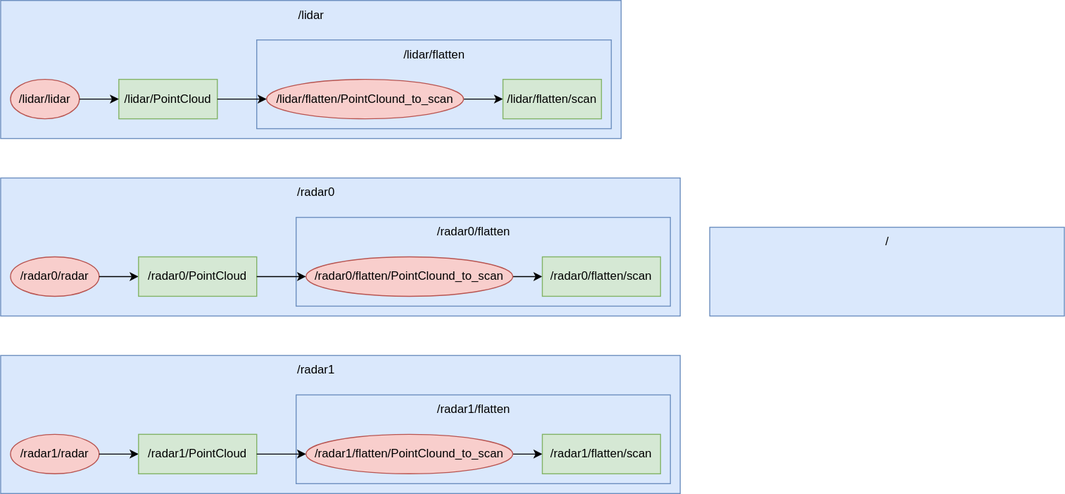
Earlier version of the draw.io export Figures/draw.io/sipleRqtRos1.drawio.svg (didriknr/Master-thesis-Didrik-Robsrud). Source tidied: cells renumbered, new cells last; positions are measured from the earlier drawing's top-left corner, leaving out a move shared by most shapes.
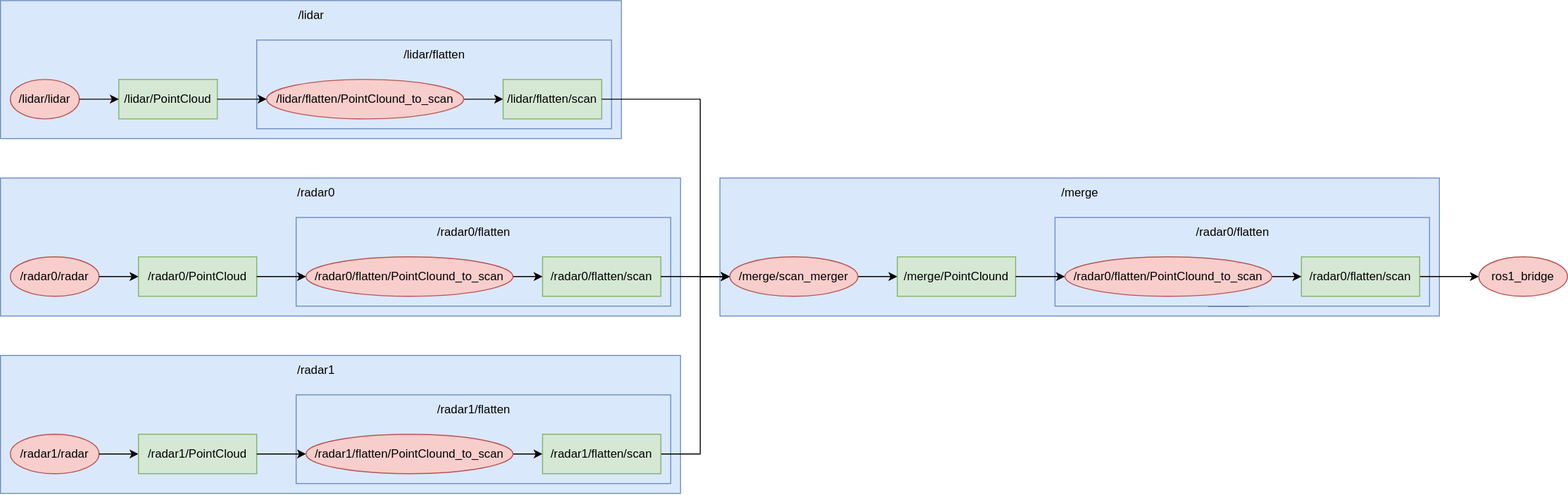
After the change.

Change to the diagram source:
```diff
@@ -2,6 +2,9 @@
   <root>
     <mxCell id="0" />
     <mxCell id="1" parent="0" />
+    <mxCell id="39" style="rounded=0;whiteSpace=wrap;html=1;fillColor=#dae8fc;strokeColor=#6c8ebf;align=center;" parent="1" vertex="1">
+      <mxGeometry x="730" y="180" width="730" height="140" as="geometry" />
+    </mxCell>
     <mxCell id="2" style="rounded=0;whiteSpace=wrap;html=1;fillColor=#dae8fc;strokeColor=#6c8ebf;align=center;" parent="1" vertex="1">
       <mxGeometry y="180" width="690" height="140" as="geometry" />
     </mxCell>
@@ -101,6 +104,14 @@
     <mxCell id="34" value="/radar1/flatten/PointClound_to_scan" style="ellipse;whiteSpace=wrap;html=1;fillColor=#f8cecc;strokeColor=#b85450;" parent="1" vertex="1">
       <mxGeometry x="310" y="440" width="210" height="40" as="geometry" />
     </mxCell>
+    <mxCell id="41" style="edgeStyle=orthogonalEdgeStyle;rounded=0;jettySize=auto;html=1;entryX=0;entryY=0.5;entryDx=0;entryDy=0;" parent="1" edge="1" source="35" target="45">
+      <mxGeometry relative="1" as="geometry">
+        <Array as="points">
+          <mxPoint x="710" y="460" />
+          <mxPoint x="710" y="280" />
+        </Array>
+      </mxGeometry>
+    </mxCell>
     <mxCell id="35" value="/radar1/flatten/scan" style="rounded=0;whiteSpace=wrap;html=1;fillColor=#d5e8d4;strokeColor=#82b366;" parent="1" vertex="1">
       <mxGeometry x="550" y="440" width="120" height="40" as="geometry" />
     </mxCell>
@@ -110,14 +121,55 @@
     <mxCell id="37" style="edgeStyle=orthogonalEdgeStyle;rounded=0;jettySize=auto;html=1;entryX=0;entryY=0.5;entryDx=0;entryDy=0;" parent="1" edge="1" source="31" target="34">
       <mxGeometry relative="1" as="geometry" />
     </mxCell>
-    <mxCell id="38" style="group;" parent="1" vertex="1">
-      <mxGeometry x="720" y="230" width="360" height="90" as="geometry" />
-    </mxCell>
-    <mxCell id="39" style="rounded=0;whiteSpace=wrap;html=1;fillColor=#dae8fc;strokeColor=#6c8ebf;align=center;" parent="38" vertex="1">
-      <mxGeometry width="360" height="90" as="geometry" />
-    </mxCell>
+    <mxCell id="42" style="edgeStyle=orthogonalEdgeStyle;rounded=0;jettySize=auto;html=1;" parent="1" edge="1" source="24" target="45">
+      <mxGeometry relative="1" as="geometry" />
+    </mxCell>
+    <mxCell id="43" style="edgeStyle=orthogonalEdgeStyle;rounded=0;jettySize=auto;html=1;entryX=0;entryY=0.5;entryDx=0;entryDy=0;" parent="1" edge="1" source="11" target="45">
+      <mxGeometry relative="1" as="geometry">
+        <Array as="points">
+          <mxPoint x="710" y="100" />
+          <mxPoint x="710" y="280" />
+        </Array>
+      </mxGeometry>
+    </mxCell>
-    <mxCell id="40" value="/" style="text;html=1;align=center;verticalAlign=middle;strokeColor=none;fillColor=none;" parent="38" vertex="1">
-      <mxGeometry x="165" width="30" height="30" as="geometry" />
+    <mxCell id="40" value="/merge" style="text;html=1;align=center;verticalAlign=middle;strokeColor=none;fillColor=none;" parent="1" vertex="1">
+      <mxGeometry x="1065" y="180" width="60" height="30" as="geometry" />
     </mxCell>
+    <mxCell id="44" style="edgeStyle=orthogonalEdgeStyle;rounded=0;jettySize=auto;html=1;exitX=1;exitY=0.5;exitDx=0;exitDy=0;entryX=0;entryY=0.5;entryDx=0;entryDy=0;" parent="1" edge="1" source="45" target="46">
+      <mxGeometry relative="1" as="geometry" />
+    </mxCell>
+    <mxCell id="45" value="/merge/scan_merger" style="ellipse;whiteSpace=wrap;html=1;fillColor=#f8cecc;strokeColor=#b85450;" parent="1" vertex="1">
+      <mxGeometry x="740" y="260" width="130" height="40" as="geometry" />
+    </mxCell>
+    <mxCell id="46" value="/merge/PointClound" style="rounded=0;whiteSpace=wrap;html=1;fillColor=#d5e8d4;strokeColor=#82b366;" parent="1" vertex="1">
+      <mxGeometry x="910" y="260" width="120" height="40" as="geometry" />
+    </mxCell>
+    <mxCell id="47" style="rounded=0;whiteSpace=wrap;html=1;" parent="1" vertex="1">
+      <mxGeometry x="1226" y="270" width="40" height="40" as="geometry" />
+    </mxCell>
+    <mxCell id="48" style="rounded=0;whiteSpace=wrap;html=1;fillColor=#dae8fc;strokeColor=#6c8ebf;align=center;" parent="1" vertex="1">
+      <mxGeometry x="1070" y="220" width="380" height="90" as="geometry" />
+    </mxCell>
+    <mxCell id="49" style="edgeStyle=orthogonalEdgeStyle;rounded=0;jettySize=auto;html=1;exitX=1;exitY=0.5;exitDx=0;exitDy=0;entryX=0;entryY=0.5;entryDx=0;entryDy=0;" parent="1" edge="1" source="50" target="52">
+      <mxGeometry relative="1" as="geometry" />
+    </mxCell>
+    <mxCell id="50" value="/radar0/flatten/PointClound_to_scan" style="ellipse;whiteSpace=wrap;html=1;fillColor=#f8cecc;strokeColor=#b85450;" parent="1" vertex="1">
+      <mxGeometry x="1080" y="260" width="210" height="40" as="geometry" />
+    </mxCell>
+    <mxCell id="51" style="edgeStyle=orthogonalEdgeStyle;rounded=0;jettySize=auto;html=1;" parent="1" edge="1" source="52" target="55">
+      <mxGeometry relative="1" as="geometry" />
+    </mxCell>
+    <mxCell id="52" value="/radar0/flatten/scan" style="rounded=0;whiteSpace=wrap;html=1;fillColor=#d5e8d4;strokeColor=#82b366;" parent="1" vertex="1">
+      <mxGeometry x="1320" y="260" width="120" height="40" as="geometry" />
+    </mxCell>
+    <mxCell id="53" value="/radar0/flatten" style="text;html=1;align=center;verticalAlign=middle;strokeColor=none;fillColor=none;" parent="1" vertex="1">
+      <mxGeometry x="1200" y="220" width="100" height="30" as="geometry" />
+    </mxCell>
+    <mxCell id="54" style="edgeStyle=orthogonalEdgeStyle;rounded=0;jettySize=auto;html=1;entryX=0;entryY=0.5;entryDx=0;entryDy=0;" parent="1" edge="1" source="46" target="50">
+      <mxGeometry relative="1" as="geometry" />
+    </mxCell>
+    <mxCell id="55" value="ros1_bridge" style="ellipse;whiteSpace=wrap;html=1;fillColor=#f8cecc;strokeColor=#b85450;" parent="1" vertex="1">
+      <mxGeometry x="1500" y="260" width="90" height="40" as="geometry" />
+    </mxCell>
   </root>
 </mxGraphModel>
```
